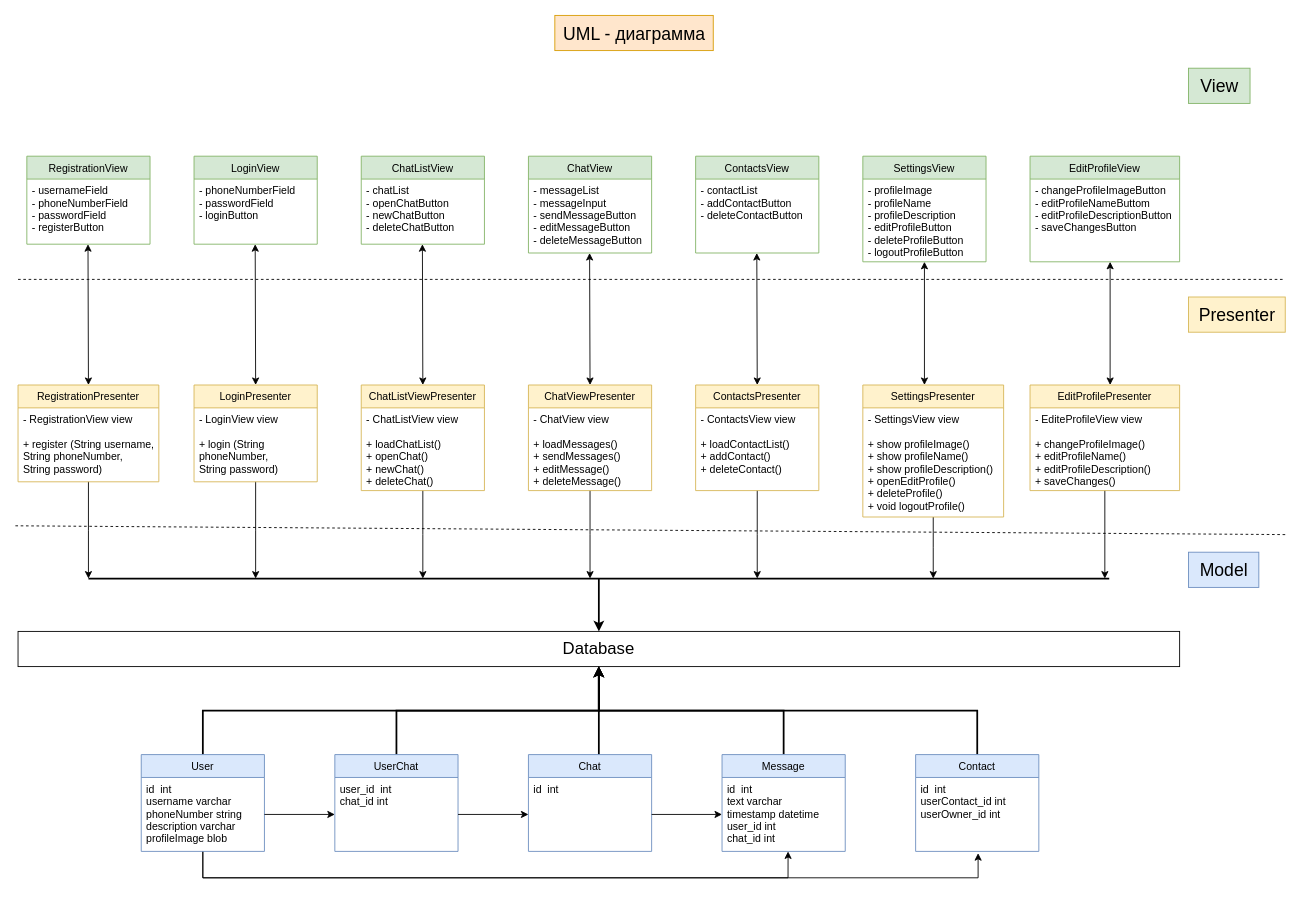
The draw.io diagram Homework10/Diagrams/UML.drawio in drekhlova/software_architecture, before the edit. Source tidied: cells renumbered, new cells numbered last; positions are measured from the earlier drawing's top-left corner, leaving out a move shared by most shapes. Both pictures are drawn from the tidied source at 88%, with x=0, y=0 at pixel (15, 15).
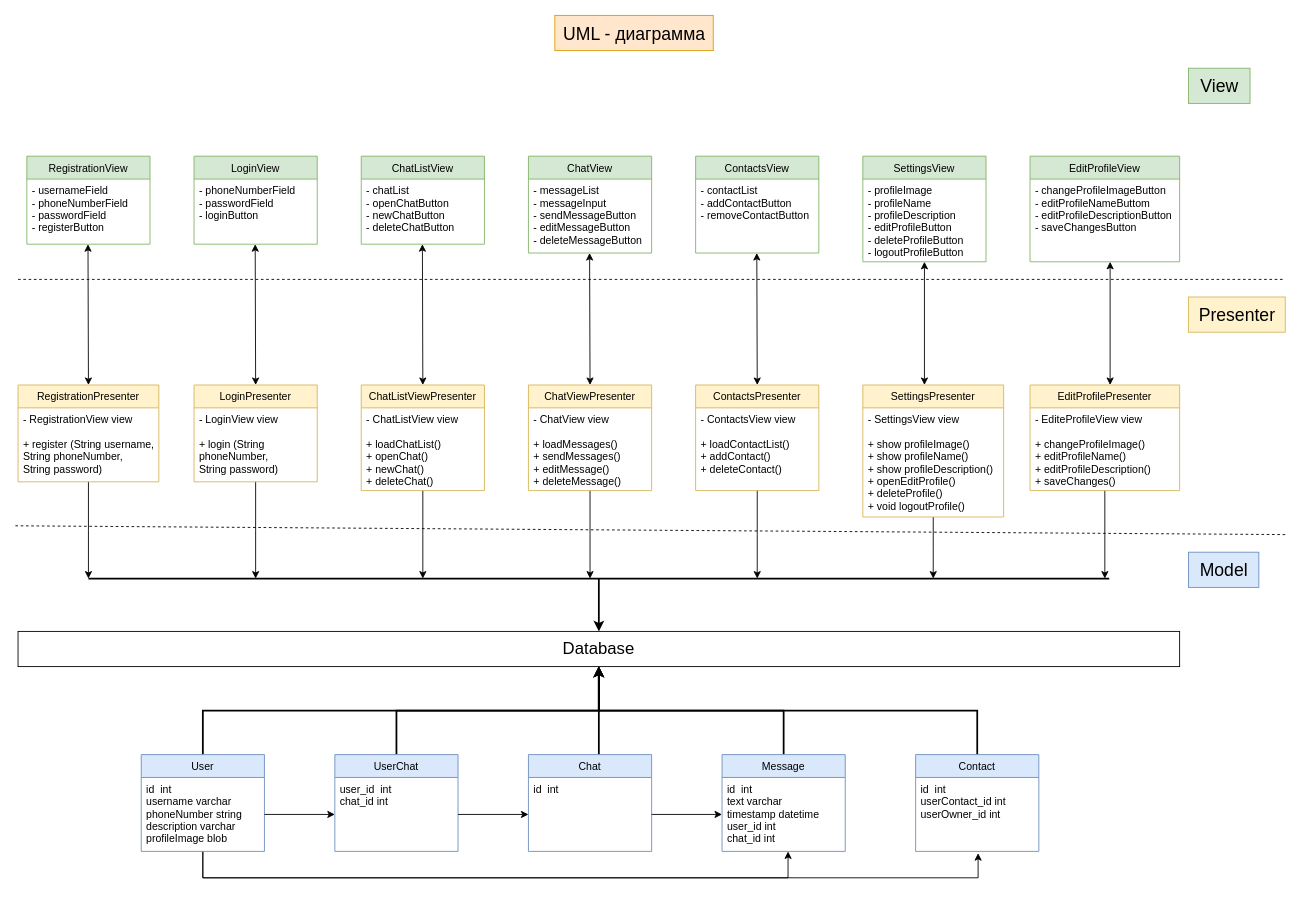
The same page after the edit.

Commit message (it also covers changes not shown here):
исправили deleteContact на removeContact в UML-диаграмме

Unchanged cells that the change refers to:
```xml
<mxCell id="15" value="ContactsView" style="swimlane;fontStyle=0;horizontal=1;startSize=26;fillColor=#d5e8d4;fontSize=12;strokeColor=#82b366;" parent="1" vertex="1">
  <mxGeometry x="773" y="160" width="140" height="110" as="geometry" />
</mxCell>
```

The edit, as a diff of the source:
```diff
@@
-    <mxCell id="16" value="- contactList&#10;- addContactButton&#10;- deleteContactButton&#10;" style="text;strokeColor=none;fillColor=none;align=left;verticalAlign=top;spacingLeft=4;spacingRight=4;overflow=hidden;fontSize=12;" parent="15" vertex="1">
+    <mxCell id="16" value="- contactList&#10;- addContactButton&#10;- removeContactButton&#10;" style="text;strokeColor=none;fillColor=none;align=left;verticalAlign=top;spacingLeft=4;spacingRight=4;overflow=hidden;fontSize=12;" parent="15" vertex="1">
       <mxGeometry y="26" width="140" height="84" as="geometry" />
     </mxCell>
```
